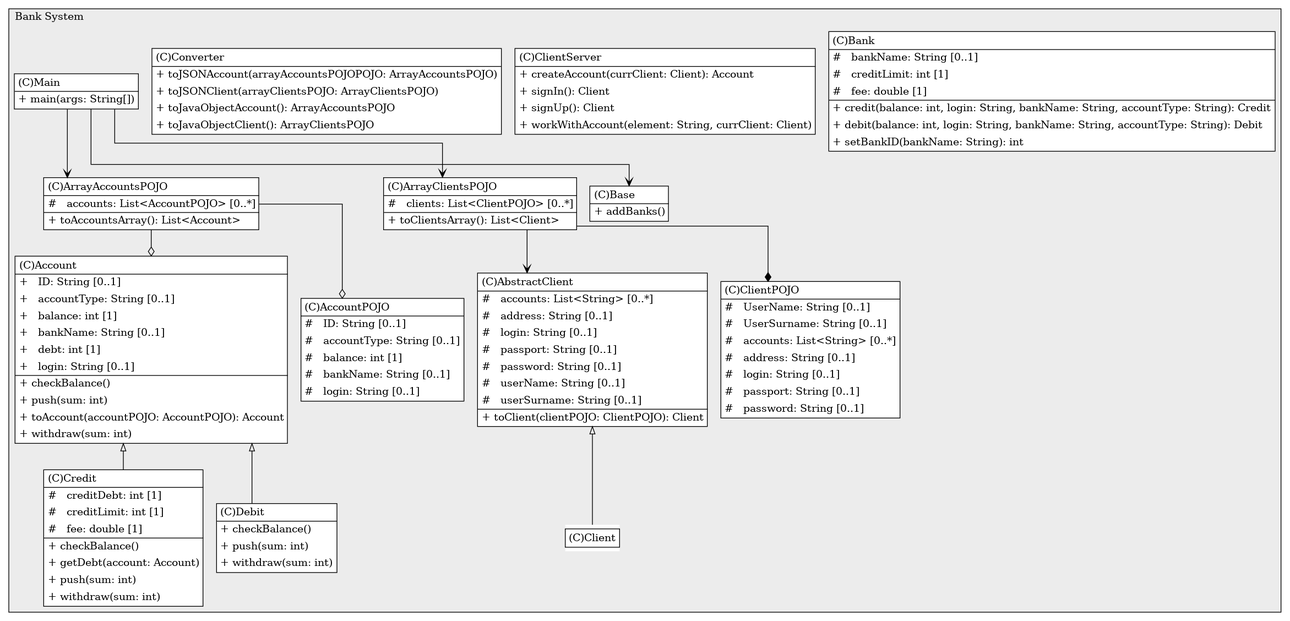
This is BankSystem/UML Diagram and Use Case Diagram/Main_structure.png from Alina-VR/bank_system, a PlantUML export, as it was before one commit. Its source is kept beside it as BankSystem/src/main/java/org/example/Main_structure.puml.
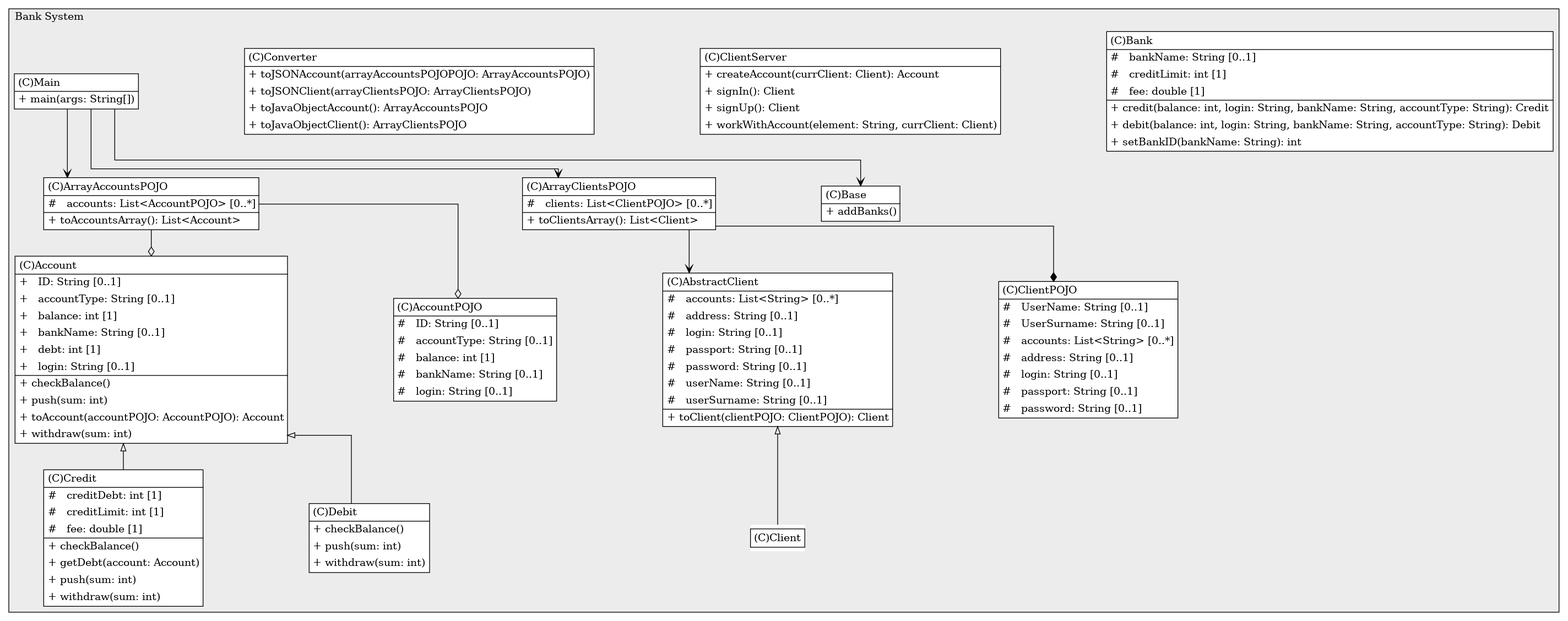
The same file after the commit.

Commit message:
fix: UML diagram (avoiding intersection)

Diff of the diagram source:
```diff
@@ -3,14 +3,13 @@
 digraph g {
     rankdir="TB"
     splines=ortho
-
+    nodesep=2
 
 subgraph cluster_1322970774 {
    	label="Bank System"
 	labeljust=l
 	fillcolor="#ececec"
 	style=filled
-
    AbstractClient1526836320[
 	label=<<TABLE BORDER="1" CELLBORDER="0" CELLPADDING="4" CELLSPACING="0">
 <TR><TD ALIGN="LEFT" >(C)AbstractClient</TD></TR>
```
